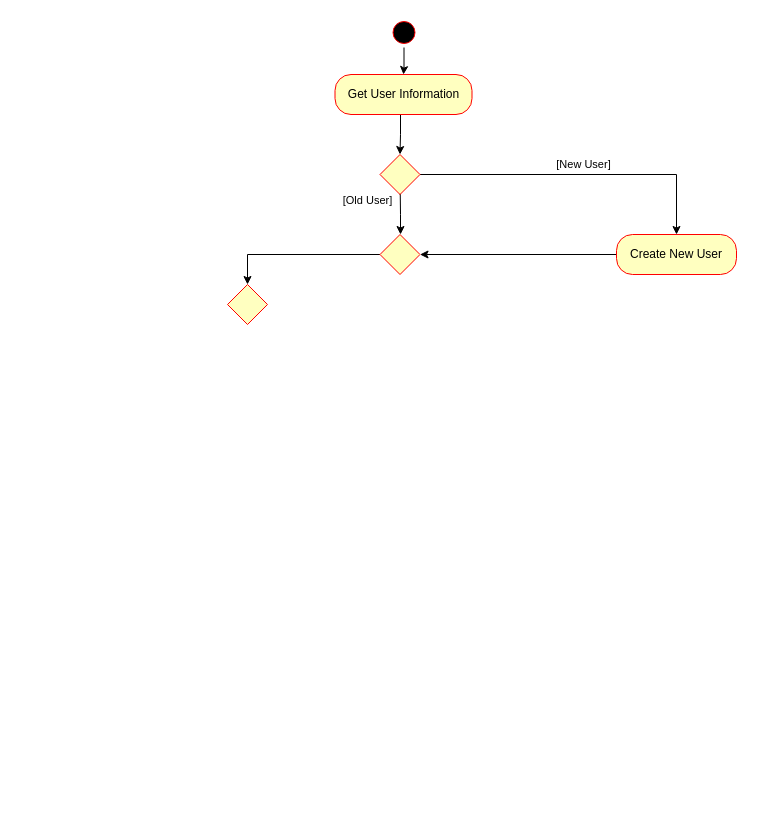
amirabbas8/ScrumOfficer keeps this draw.io diagram as General Analyze and Design/Report Feature Activity Diagram.drawio. Above is the earlier version. Source tidied: cells renumbered, new cells numbered last; positions are measured from the earlier drawing's top-left corner, leaving out a move shared by most shapes. Both pictures are drawn from the tidied source at 100%, with x=0, y=0 at pixel (227, 17).
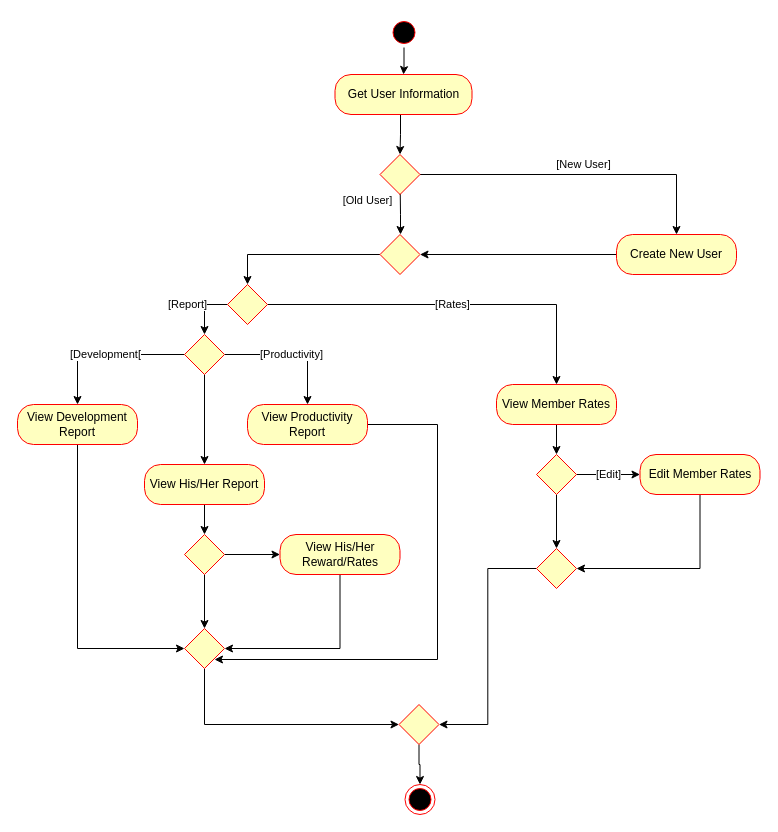
After the change.

The change refers to these unchanged cells:
```xml
<mxCell id="13" style="shape=rhombus;html=1;verticalLabelPosition=top;verticalAlignment=bottom;fillColor=#FFFFC0;strokeColor=#FF0000;" parent="1" vertex="1">
  <mxGeometry y="267" width="40" height="40" as="geometry" />
</mxCell>
```

Diff of the diagram source:
```diff
@@
+    <mxCell id="14" value="[Report]" style="edgeStyle=orthogonalEdgeStyle;rounded=0;jettySize=auto;html=1;entryX=0.5;entryY=0;entryDx=0;entryDy=0;" parent="1" edge="1" source="13" target="23">
+      <mxGeometry x="-0.13" y="17" relative="1" as="geometry">
+        <mxPoint x="-34" as="offset" />
+      </mxGeometry>
+    </mxCell>
+    <mxCell id="15" value="[Rates]" style="edgeStyle=orthogonalEdgeStyle;rounded=0;jettySize=auto;html=1;" parent="1" edge="1" source="13" target="34">
+      <mxGeometry relative="1" as="geometry" />
+    </mxCell>
@@
+    <mxCell id="16" style="edgeStyle=orthogonalEdgeStyle;rounded=0;jettySize=auto;html=1;entryX=0;entryY=0.5;entryDx=0;entryDy=0;" parent="1" edge="1" source="17" target="30">
+      <mxGeometry relative="1" as="geometry">
+        <Array as="points">
+          <mxPoint x="-150" y="631" />
+        </Array>
+      </mxGeometry>
+    </mxCell>
+    <mxCell id="17" value="View Development Report" style="rounded=1;whiteSpace=wrap;html=1;arcSize=40;fontColor=#000000;fillColor=#ffffc0;strokeColor=#ff0000;labelBackgroundColor=none;" parent="1" vertex="1">
+      <mxGeometry x="-210" y="387" width="120" height="40" as="geometry" />
+    </mxCell>
+    <mxCell id="18" style="edgeStyle=orthogonalEdgeStyle;rounded=0;jettySize=auto;html=1;entryX=0.75;entryY=0.775;entryDx=0;entryDy=0;entryPerimeter=0;" parent="1" edge="1" source="19" target="30">
+      <mxGeometry relative="1" as="geometry">
+        <Array as="points">
+          <mxPoint x="210" y="407" />
+          <mxPoint x="210" y="642" />
+        </Array>
+      </mxGeometry>
+    </mxCell>
+    <mxCell id="19" value="View Productivity Report" style="rounded=1;whiteSpace=wrap;html=1;arcSize=40;fontColor=#000000;fillColor=#ffffc0;strokeColor=#ff0000;labelBackgroundColor=none;" parent="1" vertex="1">
+      <mxGeometry x="20" y="387" width="120" height="40" as="geometry" />
+    </mxCell>
+    <mxCell id="20" value="[Productivity]" style="edgeStyle=orthogonalEdgeStyle;rounded=0;jettySize=auto;html=1;entryX=0.5;entryY=0;entryDx=0;entryDy=0;" parent="1" edge="1" source="23" target="19">
+      <mxGeometry relative="1" as="geometry">
+        <Array as="points">
+          <mxPoint x="80" y="337" />
+        </Array>
+      </mxGeometry>
+    </mxCell>
+    <mxCell id="21" value="[Development[" style="edgeStyle=orthogonalEdgeStyle;rounded=0;jettySize=auto;html=1;" parent="1" edge="1" source="23" target="17">
+      <mxGeometry relative="1" as="geometry">
+        <Array as="points">
+          <mxPoint x="-150" y="337" />
+        </Array>
+      </mxGeometry>
+    </mxCell>
+    <mxCell id="22" style="edgeStyle=orthogonalEdgeStyle;rounded=0;jettySize=auto;html=1;entryX=0.5;entryY=0;entryDx=0;entryDy=0;" parent="1" edge="1" source="23" target="25">
+      <mxGeometry relative="1" as="geometry" />
+    </mxCell>
+    <mxCell id="23" style="shape=rhombus;html=1;verticalLabelPosition=top;verticalAlignment=bottom;fillColor=#FFFFC0;strokeColor=#FF0000;" parent="1" vertex="1">
+      <mxGeometry x="-43" y="317" width="40" height="40" as="geometry" />
+    </mxCell>
+    <mxCell id="24" style="edgeStyle=orthogonalEdgeStyle;rounded=0;jettySize=auto;html=1;entryX=0.5;entryY=0;entryDx=0;entryDy=0;" parent="1" edge="1" source="25" target="28">
+      <mxGeometry relative="1" as="geometry" />
+    </mxCell>
+    <mxCell id="25" value="View His/Her Report" style="rounded=1;whiteSpace=wrap;html=1;arcSize=40;fontColor=#000000;fillColor=#ffffc0;strokeColor=#ff0000;labelBackgroundColor=none;" parent="1" vertex="1">
+      <mxGeometry x="-83" y="447" width="120" height="40" as="geometry" />
+    </mxCell>
+    <mxCell id="26" style="edgeStyle=orthogonalEdgeStyle;rounded=0;jettySize=auto;html=1;entryX=0.5;entryY=0;entryDx=0;entryDy=0;" parent="1" edge="1" source="28" target="30">
+      <mxGeometry relative="1" as="geometry" />
+    </mxCell>
+    <mxCell id="27" style="edgeStyle=orthogonalEdgeStyle;rounded=0;jettySize=auto;html=1;" parent="1" edge="1" source="28" target="32">
+      <mxGeometry relative="1" as="geometry" />
+    </mxCell>
+    <mxCell id="28" style="shape=rhombus;html=1;verticalLabelPosition=top;verticalAlignment=bottom;fillColor=#FFFFC0;strokeColor=#FF0000;" parent="1" vertex="1">
+      <mxGeometry x="-43" y="517" width="40" height="40" as="geometry" />
+    </mxCell>
+    <mxCell id="29" style="edgeStyle=orthogonalEdgeStyle;rounded=0;jettySize=auto;html=1;entryX=0;entryY=0.5;entryDx=0;entryDy=0;" parent="1" edge="1" source="30" target="43">
+      <mxGeometry relative="1" as="geometry">
+        <Array as="points">
+          <mxPoint x="-23" y="707" />
+        </Array>
+      </mxGeometry>
+    </mxCell>
+    <mxCell id="30" style="shape=rhombus;html=1;verticalLabelPosition=top;verticalAlignment=bottom;fillColor=#FFFFC0;strokeColor=#FF0000;" parent="1" vertex="1">
+      <mxGeometry x="-43" y="611" width="40" height="40" as="geometry" />
+    </mxCell>
+    <mxCell id="31" style="edgeStyle=orthogonalEdgeStyle;rounded=0;jettySize=auto;html=1;entryX=1;entryY=0.5;entryDx=0;entryDy=0;" parent="1" edge="1" source="32" target="30">
+      <mxGeometry relative="1" as="geometry">
+        <Array as="points">
+          <mxPoint x="113" y="631" />
+        </Array>
+      </mxGeometry>
+    </mxCell>
+    <mxCell id="32" value="View His/Her Reward/Rates" style="rounded=1;whiteSpace=wrap;html=1;arcSize=40;fontColor=#000000;fillColor=#ffffc0;strokeColor=#ff0000;labelBackgroundColor=none;" parent="1" vertex="1">
+      <mxGeometry x="52.5" y="517" width="120" height="40" as="geometry" />
+    </mxCell>
+    <mxCell id="33" style="edgeStyle=orthogonalEdgeStyle;rounded=0;jettySize=auto;html=1;entryX=0.5;entryY=0;entryDx=0;entryDy=0;" parent="1" edge="1" source="34" target="37">
+      <mxGeometry relative="1" as="geometry" />
+    </mxCell>
+    <mxCell id="34" value="View Member Rates" style="rounded=1;whiteSpace=wrap;html=1;arcSize=40;fontColor=#000000;fillColor=#ffffc0;strokeColor=#ff0000;labelBackgroundColor=none;" parent="1" vertex="1">
+      <mxGeometry x="269" y="367" width="120" height="40" as="geometry" />
+    </mxCell>
+    <mxCell id="35" value="[Edit]" style="edgeStyle=orthogonalEdgeStyle;rounded=0;jettySize=auto;html=1;" parent="1" edge="1" source="37" target="41">
+      <mxGeometry relative="1" as="geometry" />
+    </mxCell>
+    <mxCell id="36" style="edgeStyle=orthogonalEdgeStyle;rounded=0;jettySize=auto;html=1;" parent="1" edge="1" source="37" target="39">
+      <mxGeometry relative="1" as="geometry" />
+    </mxCell>
+    <mxCell id="37" style="shape=rhombus;html=1;verticalLabelPosition=top;verticalAlignment=bottom;fillColor=#FFFFC0;strokeColor=#FF0000;" parent="1" vertex="1">
+      <mxGeometry x="309" y="437" width="40" height="40" as="geometry" />
+    </mxCell>
+    <mxCell id="38" style="edgeStyle=orthogonalEdgeStyle;rounded=0;jettySize=auto;html=1;entryX=1;entryY=0.5;entryDx=0;entryDy=0;" parent="1" edge="1" source="39" target="43">
+      <mxGeometry relative="1" as="geometry" />
+    </mxCell>
+    <mxCell id="39" style="shape=rhombus;html=1;verticalLabelPosition=top;verticalAlignment=bottom;fillColor=#FFFFC0;strokeColor=#FF0000;" parent="1" vertex="1">
+      <mxGeometry x="309" y="531" width="40" height="40" as="geometry" />
+    </mxCell>
+    <mxCell id="40" style="edgeStyle=orthogonalEdgeStyle;rounded=0;jettySize=auto;html=1;entryX=1;entryY=0.5;entryDx=0;entryDy=0;" parent="1" edge="1" source="41" target="39">
+      <mxGeometry relative="1" as="geometry">
+        <Array as="points">
+          <mxPoint x="473" y="551" />
+        </Array>
+      </mxGeometry>
+    </mxCell>
+    <mxCell id="41" value="Edit Member Rates" style="rounded=1;whiteSpace=wrap;html=1;arcSize=40;fontColor=#000000;fillColor=#ffffc0;strokeColor=#ff0000;labelBackgroundColor=none;" parent="1" vertex="1">
+      <mxGeometry x="412.5" y="437" width="120" height="40" as="geometry" />
+    </mxCell>
+    <mxCell id="42" style="edgeStyle=orthogonalEdgeStyle;rounded=0;jettySize=auto;html=1;entryX=0.5;entryY=0;entryDx=0;entryDy=0;" parent="1" edge="1" source="43" target="44">
+      <mxGeometry relative="1" as="geometry" />
+    </mxCell>
+    <mxCell id="43" style="shape=rhombus;html=1;verticalLabelPosition=top;verticalAlignment=bottom;fillColor=#FFFFC0;strokeColor=#FF0000;" parent="1" vertex="1">
+      <mxGeometry x="171.5" y="687" width="40" height="40" as="geometry" />
+    </mxCell>
+    <mxCell id="44" style="ellipse;html=1;shape=endState;fillColor=#000000;strokeColor=#ff0000;" parent="1" vertex="1">
+      <mxGeometry x="177.5" y="767" width="30" height="30" as="geometry" />
+    </mxCell>
```
